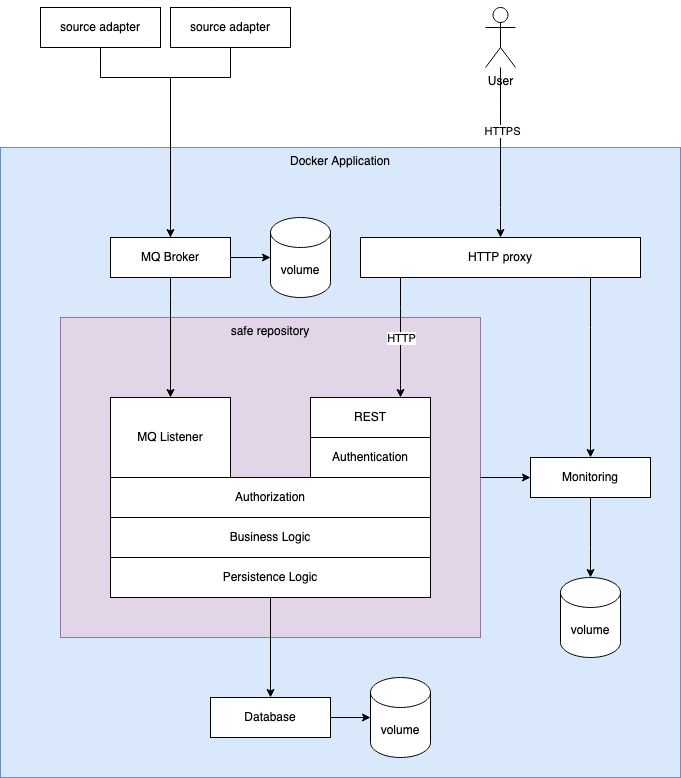
Above: documents/sections/components-Components.png in alros-essex/ssdcs-assignment (draw.io), before the change. Source tidied: cells renumbered, new cells last; positions are measured from the earlier drawing's top-left corner, leaving out a move shared by most shapes. Source of this version:
```xml
<mxGraphModel>
  <root>
    <mxCell id="0" />
    <mxCell id="1" parent="0" />
    <mxCell id="2" value="Docker Application" style="rounded=0;whiteSpace=wrap;html=1;fillColor=#dae8fc;verticalAlign=top;strokeColor=#6c8ebf;" parent="1" vertex="1">
      <mxGeometry y="140" width="680" height="630" as="geometry" />
    </mxCell>
    <mxCell id="3" value="safe repository" style="rounded=0;whiteSpace=wrap;html=1;fillColor=#e1d5e7;verticalAlign=top;strokeColor=#9673a6;" parent="1" vertex="1">
      <mxGeometry x="60" y="310" width="420" height="320" as="geometry" />
    </mxCell>
    <mxCell id="4" style="edgeStyle=orthogonalEdgeStyle;rounded=0;jettySize=auto;html=1;entryX=0.75;entryY=0;entryDx=0;entryDy=0;" parent="1" edge="1" source="8" target="9">
      <mxGeometry relative="1" as="geometry">
        <Array as="points">
          <mxPoint x="400" y="300" />
          <mxPoint x="400" y="300" />
        </Array>
      </mxGeometry>
    </mxCell>
    <mxCell id="5" value="HTTP" style="edgeLabel;html=1;align=center;verticalAlign=middle;" parent="4" vertex="1">
      <mxGeometry x="-0.07" y="-3" relative="1" as="geometry">
        <mxPoint x="3" y="-36" as="offset" />
      </mxGeometry>
    </mxCell>
    <mxCell id="6" style="edgeStyle=orthogonalEdgeStyle;rounded=0;jettySize=auto;html=1;entryX=0.5;entryY=0;entryDx=0;entryDy=0;startArrow=none;startFill=0;endArrow=classic;endFill=1;" parent="1" edge="1" source="8" target="32">
      <mxGeometry relative="1" as="geometry">
        <Array as="points">
          <mxPoint x="590" y="320" />
          <mxPoint x="590" y="320" />
        </Array>
      </mxGeometry>
    </mxCell>
    <mxCell id="7" value="HTTP" style="edgeLabel;html=1;align=center;verticalAlign=middle;" parent="6" vertex="1">
      <mxGeometry x="-0.72" relative="1" as="geometry">
        <mxPoint x="-23" y="100" as="offset" />
      </mxGeometry>
    </mxCell>
    <mxCell id="8" value="HTTP proxy" style="rounded=0;whiteSpace=wrap;html=1;" parent="1" vertex="1">
      <mxGeometry x="360" y="230" width="280" height="40" as="geometry" />
    </mxCell>
    <mxCell id="9" value="&lt;div&gt;REST&lt;br&gt;&lt;/div&gt;" style="rounded=0;whiteSpace=wrap;html=1;" parent="1" vertex="1">
      <mxGeometry x="310" y="390" width="120" height="40" as="geometry" />
    </mxCell>
    <mxCell id="10" style="edgeStyle=orthogonalEdgeStyle;rounded=0;jettySize=auto;html=1;" parent="1" edge="1" source="11" target="14">
      <mxGeometry relative="1" as="geometry">
        <Array as="points">
          <mxPoint x="230" y="70" />
          <mxPoint x="170" y="70" />
        </Array>
      </mxGeometry>
    </mxCell>
    <mxCell id="11" value="source adapter" style="rounded=0;whiteSpace=wrap;html=1;" parent="1" vertex="1">
      <mxGeometry x="170" width="120" height="40" as="geometry" />
    </mxCell>
    <mxCell id="12" style="edgeStyle=orthogonalEdgeStyle;rounded=0;jettySize=auto;html=1;entryX=0.5;entryY=0;entryDx=0;entryDy=0;exitX=0.5;exitY=1;exitDx=0;exitDy=0;" parent="1" edge="1" source="14" target="16">
      <mxGeometry relative="1" as="geometry">
        <Array as="points">
          <mxPoint x="170" y="290" />
          <mxPoint x="170" y="290" />
        </Array>
      </mxGeometry>
    </mxCell>
    <mxCell id="13" style="edgeStyle=orthogonalEdgeStyle;rounded=0;jettySize=auto;html=1;endArrow=classic;endFill=1;exitX=1;exitY=0.5;exitDx=0;exitDy=0;entryX=0;entryY=0.5;entryDx=0;entryDy=0;entryPerimeter=0;" parent="1" edge="1" source="14" target="28">
      <mxGeometry relative="1" as="geometry" />
    </mxCell>
    <mxCell id="14" value="MQ Broker" style="rounded=0;whiteSpace=wrap;html=1;" parent="1" vertex="1">
      <mxGeometry x="110" y="230" width="120" height="40" as="geometry" />
    </mxCell>
    <mxCell id="15" style="edgeStyle=orthogonalEdgeStyle;rounded=0;jettySize=auto;html=1;entryX=0.5;entryY=0;entryDx=0;entryDy=0;startArrow=none;startFill=0;exitX=0.5;exitY=1;exitDx=0;exitDy=0;" parent="1" edge="1" source="27" target="18">
      <mxGeometry relative="1" as="geometry" />
    </mxCell>
    <mxCell id="16" value="MQ Listener" style="rounded=0;whiteSpace=wrap;html=1;" parent="1" vertex="1">
      <mxGeometry x="110" y="390" width="120" height="80" as="geometry" />
    </mxCell>
    <mxCell id="17" style="edgeStyle=orthogonalEdgeStyle;rounded=0;jettySize=auto;html=1;exitX=1;exitY=0.5;exitDx=0;exitDy=0;entryX=0;entryY=0.5;entryDx=0;entryDy=0;entryPerimeter=0;" parent="1" edge="1" source="18" target="29">
      <mxGeometry relative="1" as="geometry" />
    </mxCell>
    <mxCell id="18" value="Database" style="rounded=0;whiteSpace=wrap;html=1;" parent="1" vertex="1">
      <mxGeometry x="210" y="690" width="120" height="40" as="geometry" />
    </mxCell>
    <mxCell id="19" style="edgeStyle=orthogonalEdgeStyle;rounded=0;jettySize=auto;html=1;startArrow=none;startFill=0;" parent="1" edge="1" source="21">
      <mxGeometry relative="1" as="geometry">
        <mxPoint x="500" y="230" as="targetPoint" />
        <Array as="points">
          <mxPoint x="500" y="200" />
          <mxPoint x="500" y="200" />
        </Array>
      </mxGeometry>
    </mxCell>
    <mxCell id="20" value="HTTPS" style="edgeLabel;html=1;align=center;verticalAlign=middle;" parent="19" vertex="1">
      <mxGeometry x="-0.26" y="1" relative="1" as="geometry" />
    </mxCell>
    <mxCell id="21" value="User" style="shape=umlActor;verticalLabelPosition=bottom;verticalAlign=top;html=1;outlineConnect=0;fillColor=none;" parent="1" vertex="1">
      <mxGeometry x="485" width="30" height="60" as="geometry" />
    </mxCell>
    <mxCell id="22" style="edgeStyle=orthogonalEdgeStyle;rounded=0;jettySize=auto;html=1;entryX=0.5;entryY=0;entryDx=0;entryDy=0;startArrow=none;startFill=0;" parent="1" edge="1" source="23" target="14">
      <mxGeometry relative="1" as="geometry">
        <Array as="points">
          <mxPoint x="100" y="70" />
          <mxPoint x="170" y="70" />
        </Array>
      </mxGeometry>
    </mxCell>
    <mxCell id="23" value="source adapter" style="rounded=0;whiteSpace=wrap;html=1;" parent="1" vertex="1">
      <mxGeometry x="40" width="120" height="40" as="geometry" />
    </mxCell>
    <mxCell id="24" value="Authorization" style="rounded=0;whiteSpace=wrap;html=1;" parent="1" vertex="1">
      <mxGeometry x="110" y="470" width="320" height="40" as="geometry" />
    </mxCell>
    <mxCell id="25" value="Authentication" style="rounded=0;whiteSpace=wrap;html=1;" parent="1" vertex="1">
      <mxGeometry x="310" y="430" width="120" height="40" as="geometry" />
    </mxCell>
    <mxCell id="26" value="Business Logic" style="rounded=0;whiteSpace=wrap;html=1;" parent="1" vertex="1">
      <mxGeometry x="110" y="510" width="320" height="40" as="geometry" />
    </mxCell>
    <mxCell id="27" value="Persistence Logic" style="rounded=0;whiteSpace=wrap;html=1;" parent="1" vertex="1">
      <mxGeometry x="110" y="550" width="320" height="40" as="geometry" />
    </mxCell>
    <mxCell id="28" value="volume" style="shape=cylinder3;whiteSpace=wrap;html=1;boundedLbl=1;backgroundOutline=1;size=15;" parent="1" vertex="1">
      <mxGeometry x="270" y="210" width="60" height="80" as="geometry" />
    </mxCell>
    <mxCell id="29" value="volume" style="shape=cylinder3;whiteSpace=wrap;html=1;boundedLbl=1;backgroundOutline=1;size=15;" parent="1" vertex="1">
      <mxGeometry x="370" y="670" width="60" height="80" as="geometry" />
    </mxCell>
    <mxCell id="30" style="edgeStyle=orthogonalEdgeStyle;rounded=0;jettySize=auto;html=1;entryX=1;entryY=0.5;entryDx=0;entryDy=0;endArrow=none;endFill=0;startArrow=classic;startFill=1;" parent="1" edge="1" source="32" target="3">
      <mxGeometry relative="1" as="geometry" />
    </mxCell>
    <mxCell id="31" style="edgeStyle=orthogonalEdgeStyle;rounded=0;jettySize=auto;html=1;endArrow=classic;endFill=1;entryX=0.5;entryY=0;entryDx=0;entryDy=0;entryPerimeter=0;exitX=0.5;exitY=1;exitDx=0;exitDy=0;" parent="1" edge="1" source="32" target="33">
      <mxGeometry relative="1" as="geometry">
        <Array as="points">
          <mxPoint x="590" y="540" />
          <mxPoint x="590" y="540" />
        </Array>
      </mxGeometry>
    </mxCell>
    <mxCell id="32" value="Monitoring" style="rounded=0;whiteSpace=wrap;html=1;" parent="1" vertex="1">
      <mxGeometry x="530" y="450" width="120" height="40" as="geometry" />
    </mxCell>
    <mxCell id="33" value="volume" style="shape=cylinder3;whiteSpace=wrap;html=1;boundedLbl=1;backgroundOutline=1;size=15;" parent="1" vertex="1">
      <mxGeometry x="560" y="570" width="60" height="80" as="geometry" />
    </mxCell>
  </root>
</mxGraphModel>
```
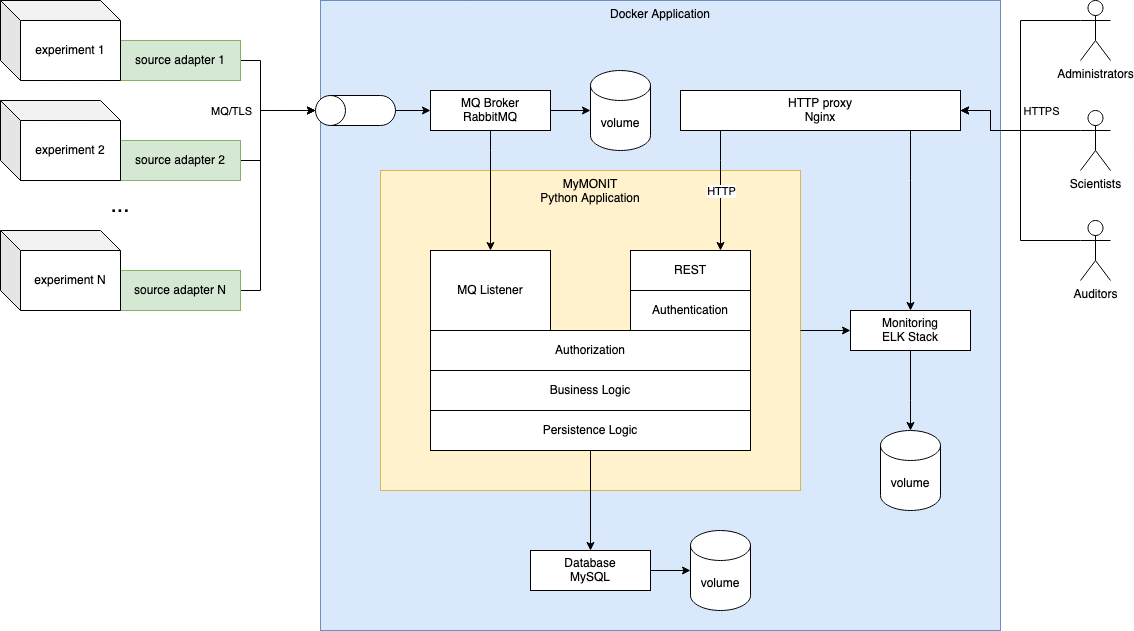
Later version of the same file.

What changed in the source:
```diff
@@ -5,7 +5,7 @@
     <mxCell id="2" value="Docker Application" style="rounded=0;whiteSpace=wrap;html=1;fillColor=#dae8fc;verticalAlign=top;strokeColor=#6c8ebf;" parent="1" vertex="1">
       <mxGeometry y="140" width="680" height="630" as="geometry" />
     </mxCell>
-    <mxCell id="3" value="safe repository" style="rounded=0;whiteSpace=wrap;html=1;fillColor=#e1d5e7;verticalAlign=top;strokeColor=#9673a6;" parent="1" vertex="1">
+    <mxCell id="3" value="MyMONIT&lt;br&gt;Python Application" style="rounded=0;whiteSpace=wrap;html=1;fillColor=#fff2cc;verticalAlign=top;strokeColor=#d6b656;" parent="1" vertex="1">
       <mxGeometry x="60" y="310" width="420" height="320" as="geometry" />
     </mxCell>
     <mxCell id="4" style="edgeStyle=orthogonalEdgeStyle;rounded=0;jettySize=auto;html=1;entryX=0.75;entryY=0;entryDx=0;entryDy=0;" parent="1" edge="1" source="8" target="9">
@@ -34,22 +34,22 @@
         <mxPoint x="-23" y="100" as="offset" />
       </mxGeometry>
     </mxCell>
-    <mxCell id="8" value="HTTP proxy" style="rounded=0;whiteSpace=wrap;html=1;" parent="1" vertex="1">
+    <mxCell id="8" value="HTTP proxy&lt;br&gt;Nginx" style="rounded=0;whiteSpace=wrap;html=1;" parent="1" vertex="1">
       <mxGeometry x="360" y="230" width="280" height="40" as="geometry" />
     </mxCell>
     <mxCell id="9" value="&lt;div&gt;REST&lt;br&gt;&lt;/div&gt;" style="rounded=0;whiteSpace=wrap;html=1;" parent="1" vertex="1">
       <mxGeometry x="310" y="390" width="120" height="40" as="geometry" />
     </mxCell>
-    <mxCell id="10" style="edgeStyle=orthogonalEdgeStyle;rounded=0;jettySize=auto;html=1;" parent="1" edge="1" source="11" target="14">
-      <mxGeometry relative="1" as="geometry">
-        <Array as="points">
-          <mxPoint x="230" y="70" />
-          <mxPoint x="170" y="70" />
-        </Array>
-      </mxGeometry>
-    </mxCell>
+    <mxCell id="34" style="edgeStyle=orthogonalEdgeStyle;rounded=0;jettySize=auto;html=1;entryX=0.5;entryY=0;entryDx=0;entryDy=0;entryPerimeter=0;endArrow=classic;endFill=1;exitX=1;exitY=0.5;exitDx=0;exitDy=0;" parent="1" edge="1" source="11" target="37">
+      <mxGeometry relative="1" as="geometry">
+        <Array as="points">
+          <mxPoint x="-60" y="300" />
+          <mxPoint x="-60" y="250" />
+        </Array>
+      </mxGeometry>
+    </mxCell>
-    <mxCell id="11" value="source adapter" style="rounded=0;whiteSpace=wrap;html=1;" parent="1" vertex="1">
-      <mxGeometry x="170" width="120" height="40" as="geometry" />
+    <mxCell id="11" value="source adapter 2" style="rounded=0;whiteSpace=wrap;html=1;fillColor=#d5e8d4;strokeColor=#82b366;" parent="1" vertex="1">
+      <mxGeometry x="-200" y="280" width="120" height="40" as="geometry" />
     </mxCell>
     <mxCell id="12" style="edgeStyle=orthogonalEdgeStyle;rounded=0;jettySize=auto;html=1;entryX=0.5;entryY=0;entryDx=0;entryDy=0;exitX=0.5;exitY=1;exitDx=0;exitDy=0;" parent="1" edge="1" source="14" target="16">
       <mxGeometry relative="1" as="geometry">
@@ -62,7 +62,7 @@
     <mxCell id="13" style="edgeStyle=orthogonalEdgeStyle;rounded=0;jettySize=auto;html=1;endArrow=classic;endFill=1;exitX=1;exitY=0.5;exitDx=0;exitDy=0;entryX=0;entryY=0.5;entryDx=0;entryDy=0;entryPerimeter=0;" parent="1" edge="1" source="14" target="28">
       <mxGeometry relative="1" as="geometry" />
     </mxCell>
-    <mxCell id="14" value="MQ Broker" style="rounded=0;whiteSpace=wrap;html=1;" parent="1" vertex="1">
+    <mxCell id="14" value="MQ Broker&lt;br&gt;RabbitMQ" style="rounded=0;whiteSpace=wrap;html=1;" parent="1" vertex="1">
       <mxGeometry x="110" y="230" width="120" height="40" as="geometry" />
     </mxCell>
     <mxCell id="15" style="edgeStyle=orthogonalEdgeStyle;rounded=0;jettySize=auto;html=1;entryX=0.5;entryY=0;entryDx=0;entryDy=0;startArrow=none;startFill=0;exitX=0.5;exitY=1;exitDx=0;exitDy=0;" parent="1" edge="1" source="27" target="18">
@@ -74,34 +74,35 @@
     <mxCell id="17" style="edgeStyle=orthogonalEdgeStyle;rounded=0;jettySize=auto;html=1;exitX=1;exitY=0.5;exitDx=0;exitDy=0;entryX=0;entryY=0.5;entryDx=0;entryDy=0;entryPerimeter=0;" parent="1" edge="1" source="18" target="29">
       <mxGeometry relative="1" as="geometry" />
     </mxCell>
-    <mxCell id="18" value="Database" style="rounded=0;whiteSpace=wrap;html=1;" parent="1" vertex="1">
+    <mxCell id="18" value="Database&lt;br&gt;MySQL" style="rounded=0;whiteSpace=wrap;html=1;" parent="1" vertex="1">
       <mxGeometry x="210" y="690" width="120" height="40" as="geometry" />
     </mxCell>
-    <mxCell id="19" style="edgeStyle=orthogonalEdgeStyle;rounded=0;jettySize=auto;html=1;startArrow=none;startFill=0;" parent="1" edge="1" source="21">
+    <mxCell id="19" style="edgeStyle=orthogonalEdgeStyle;rounded=0;jettySize=auto;html=1;startArrow=none;startFill=0;exitX=0;exitY=0.3333333333333333;exitDx=0;exitDy=0;exitPerimeter=0;entryX=1;entryY=0.5;entryDx=0;entryDy=0;" parent="1" edge="1" source="21" target="8">
       <mxGeometry relative="1" as="geometry">
-        <mxPoint x="500" y="230" as="targetPoint" />
         <Array as="points">
-          <mxPoint x="500" y="200" />
-          <mxPoint x="500" y="200" />
+          <mxPoint x="670" y="270" />
+          <mxPoint x="670" y="250" />
         </Array>
       </mxGeometry>
     </mxCell>
     <mxCell id="20" value="HTTPS" style="edgeLabel;html=1;align=center;verticalAlign=middle;" parent="19" vertex="1">
-      <mxGeometry x="-0.26" y="1" relative="1" as="geometry" />
+      <mxGeometry x="-0.26" y="1" relative="1" as="geometry">
+        <mxPoint x="12" y="-21" as="offset" />
+      </mxGeometry>
     </mxCell>
-    <mxCell id="21" value="User" style="shape=umlActor;verticalLabelPosition=bottom;verticalAlign=top;html=1;outlineConnect=0;fillColor=none;" parent="1" vertex="1">
-      <mxGeometry x="485" width="30" height="60" as="geometry" />
+    <mxCell id="21" value="Scientists" style="shape=umlActor;verticalLabelPosition=bottom;verticalAlign=top;html=1;outlineConnect=0;fillColor=none;" parent="1" vertex="1">
+      <mxGeometry x="760" y="250" width="30" height="60" as="geometry" />
     </mxCell>
-    <mxCell id="22" style="edgeStyle=orthogonalEdgeStyle;rounded=0;jettySize=auto;html=1;entryX=0.5;entryY=0;entryDx=0;entryDy=0;startArrow=none;startFill=0;" parent="1" edge="1" source="23" target="14">
-      <mxGeometry relative="1" as="geometry">
-        <Array as="points">
-          <mxPoint x="100" y="70" />
-          <mxPoint x="170" y="70" />
-        </Array>
-      </mxGeometry>
-    </mxCell>
+    <mxCell id="35" style="edgeStyle=orthogonalEdgeStyle;rounded=0;jettySize=auto;html=1;entryX=0.5;entryY=0;entryDx=0;entryDy=0;entryPerimeter=0;endArrow=classic;endFill=1;exitX=1;exitY=0.5;exitDx=0;exitDy=0;" parent="1" edge="1" source="23" target="37">
+      <mxGeometry relative="1" as="geometry">
+        <Array as="points">
+          <mxPoint x="-60" y="200" />
+          <mxPoint x="-60" y="250" />
+        </Array>
+      </mxGeometry>
+    </mxCell>
-    <mxCell id="23" value="source adapter" style="rounded=0;whiteSpace=wrap;html=1;" parent="1" vertex="1">
-      <mxGeometry x="40" width="120" height="40" as="geometry" />
+    <mxCell id="23" value="source adapter 1" style="rounded=0;whiteSpace=wrap;html=1;fillColor=#d5e8d4;strokeColor=#82b366;" parent="1" vertex="1">
+      <mxGeometry x="-200" y="180" width="120" height="40" as="geometry" />
     </mxCell>
     <mxCell id="24" value="Authorization" style="rounded=0;whiteSpace=wrap;html=1;" parent="1" vertex="1">
       <mxGeometry x="110" y="470" width="320" height="40" as="geometry" />
@@ -132,11 +133,76 @@
         </Array>
       </mxGeometry>
     </mxCell>
-    <mxCell id="32" value="Monitoring" style="rounded=0;whiteSpace=wrap;html=1;" parent="1" vertex="1">
+    <mxCell id="32" value="Monitoring&lt;br&gt;ELK Stack" style="rounded=0;whiteSpace=wrap;html=1;" parent="1" vertex="1">
       <mxGeometry x="530" y="450" width="120" height="40" as="geometry" />
     </mxCell>
     <mxCell id="33" value="volume" style="shape=cylinder3;whiteSpace=wrap;html=1;boundedLbl=1;backgroundOutline=1;size=15;" parent="1" vertex="1">
       <mxGeometry x="560" y="570" width="60" height="80" as="geometry" />
     </mxCell>
+    <mxCell id="36" style="edgeStyle=orthogonalEdgeStyle;rounded=0;jettySize=auto;html=1;endArrow=classic;endFill=1;exitX=0.5;exitY=1;exitDx=0;exitDy=0;exitPerimeter=0;entryX=0;entryY=0.5;entryDx=0;entryDy=0;" parent="1" edge="1" source="37" target="14">
+      <mxGeometry relative="1" as="geometry">
+        <Array as="points">
+          <mxPoint x="60" y="250" />
+          <mxPoint x="60" y="250" />
+        </Array>
+      </mxGeometry>
+    </mxCell>
+    <mxCell id="37" style="shape=cylinder3;whiteSpace=wrap;html=1;boundedLbl=1;backgroundOutline=1;size=15;rotation=-90;" parent="1" vertex="1">
+      <mxGeometry x="20" y="210" width="30" height="80" as="geometry" />
+    </mxCell>
+    <mxCell id="38" style="edgeStyle=orthogonalEdgeStyle;rounded=0;jettySize=auto;html=1;entryX=0.5;entryY=0;entryDx=0;entryDy=0;entryPerimeter=0;endArrow=classic;endFill=1;exitX=1;exitY=0.5;exitDx=0;exitDy=0;" parent="1" edge="1" source="40" target="37">
+      <mxGeometry relative="1" as="geometry">
+        <Array as="points">
+          <mxPoint x="-60" y="430" />
+          <mxPoint x="-60" y="250" />
+        </Array>
+      </mxGeometry>
+    </mxCell>
+    <mxCell id="39" value="MQ/TLS" style="edgeLabel;html=1;align=center;verticalAlign=middle;fontSize=11;" parent="38" vertex="1">
+      <mxGeometry x="0.65" y="2" relative="1" as="geometry">
+        <mxPoint x="-40" y="2" as="offset" />
+      </mxGeometry>
+    </mxCell>
+    <mxCell id="40" value="source adapter N" style="rounded=0;whiteSpace=wrap;html=1;fillColor=#d5e8d4;strokeColor=#82b366;" parent="1" vertex="1">
+      <mxGeometry x="-200" y="410" width="120" height="40" as="geometry" />
+    </mxCell>
+    <mxCell id="41" value="..." style="text;html=1;strokeColor=none;fillColor=none;align=center;verticalAlign=middle;whiteSpace=wrap;rounded=0;fontSize=23;" parent="1" vertex="1">
+      <mxGeometry x="-230" y="330" width="60" height="30" as="geometry" />
+    </mxCell>
+    <mxCell id="42" value="experiment 1" style="shape=cube;whiteSpace=wrap;html=1;boundedLbl=1;backgroundOutline=1;darkOpacity=0.05;darkOpacity2=0.1;" parent="1" vertex="1">
+      <mxGeometry x="-320" y="140" width="120" height="80" as="geometry" />
+    </mxCell>
+    <mxCell id="43" value="experiment 2" style="shape=cube;whiteSpace=wrap;html=1;boundedLbl=1;backgroundOutline=1;darkOpacity=0.05;darkOpacity2=0.1;" parent="1" vertex="1">
+      <mxGeometry x="-320" y="240" width="120" height="80" as="geometry" />
+    </mxCell>
+    <mxCell id="44" value="experiment N" style="shape=cube;whiteSpace=wrap;html=1;boundedLbl=1;backgroundOutline=1;darkOpacity=0.05;darkOpacity2=0.1;" parent="1" vertex="1">
+      <mxGeometry x="-320" y="370" width="120" height="80" as="geometry" />
+    </mxCell>
+    <mxCell id="45" style="edgeStyle=orthogonalEdgeStyle;rounded=0;jettySize=auto;html=1;entryX=1;entryY=0.5;entryDx=0;entryDy=0;fontSize=23;endArrow=classic;endFill=1;exitX=0;exitY=0.3333333333333333;exitDx=0;exitDy=0;exitPerimeter=0;" parent="1" edge="1" source="46" target="8">
+      <mxGeometry relative="1" as="geometry">
+        <Array as="points">
+          <mxPoint x="700" y="380" />
+          <mxPoint x="700" y="270" />
+          <mxPoint x="670" y="270" />
+          <mxPoint x="670" y="250" />
+        </Array>
+      </mxGeometry>
+    </mxCell>
+    <mxCell id="46" value="Auditors" style="shape=umlActor;verticalLabelPosition=bottom;verticalAlign=top;html=1;outlineConnect=0;fillColor=none;" parent="1" vertex="1">
+      <mxGeometry x="760" y="360" width="30" height="60" as="geometry" />
+    </mxCell>
+    <mxCell id="47" style="edgeStyle=orthogonalEdgeStyle;rounded=0;jettySize=auto;html=1;entryX=1;entryY=0.5;entryDx=0;entryDy=0;fontSize=23;endArrow=classic;endFill=1;exitX=0;exitY=0.3333333333333333;exitDx=0;exitDy=0;exitPerimeter=0;" parent="1" edge="1" source="48" target="8">
+      <mxGeometry relative="1" as="geometry">
+        <Array as="points">
+          <mxPoint x="700" y="160" />
+          <mxPoint x="700" y="270" />
+          <mxPoint x="670" y="270" />
+          <mxPoint x="670" y="250" />
+        </Array>
+      </mxGeometry>
+    </mxCell>
+    <mxCell id="48" value="Administrators" style="shape=umlActor;verticalLabelPosition=bottom;verticalAlign=top;html=1;outlineConnect=0;fillColor=none;" parent="1" vertex="1">
+      <mxGeometry x="760" y="140" width="30" height="60" as="geometry" />
+    </mxCell>
   </root>
 </mxGraphModel>
```
